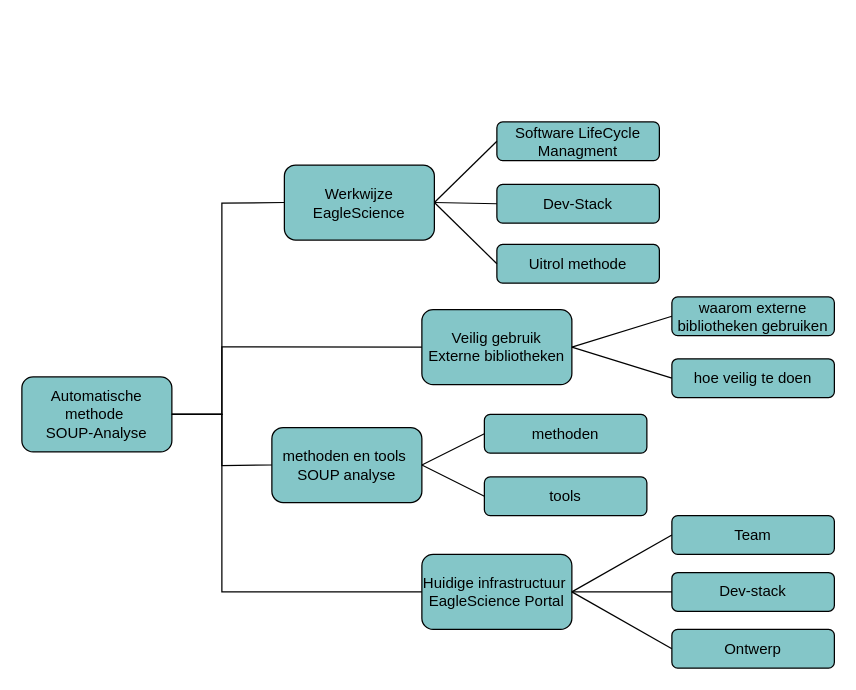
codefink2020/afstudeerverslag keeps this draw.io diagram as page "Conceptueel Model" (4 of 16) of gfx/verslag graphix.drawio. Above is the earlier version. Source tidied: cells renumbered, new cells numbered last; positions are measured from the earlier drawing's top-left corner, leaving out a move shared by most shapes. Both pictures are drawn from the tidied source at 125%, with x=0, y=0 at pixel (21, 121).
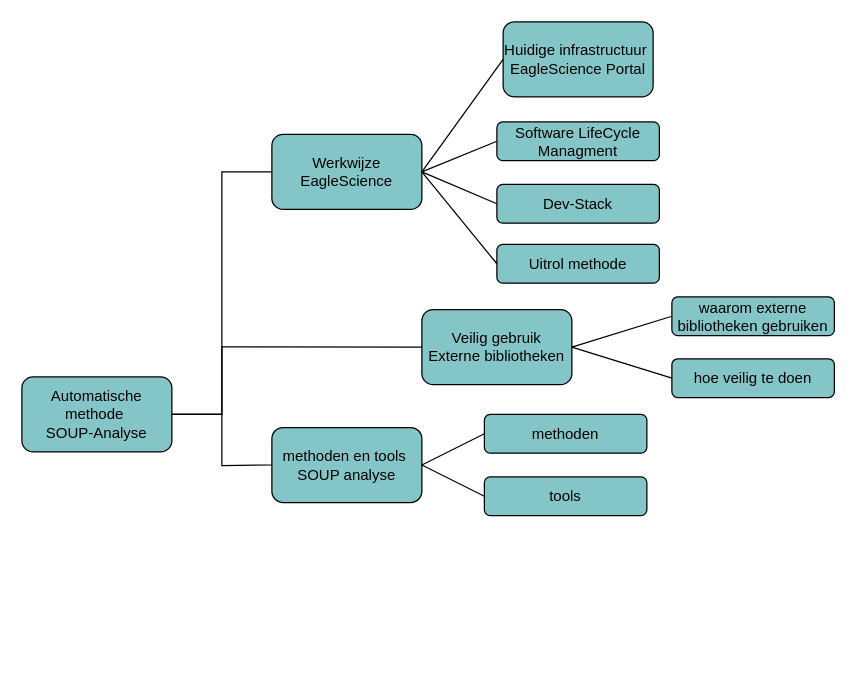
The same page after the edit.

Unchanged cells that the change refers to:
```xml
<mxCell id="2" value="Automatische methode&amp;nbsp;&lt;br&gt;SOUP-Analyse" style="rounded=1;whiteSpace=wrap;html=1;fillColor=#84C6C8;" parent="1" vertex="1">
  <mxGeometry y="204" width="120" height="60" as="geometry" />
</mxCell>
```

Diff of the diagram source:
```diff
@@
     <mxCell id="3" value="Werkwijze&lt;br&gt;EagleScience" style="rounded=1;whiteSpace=wrap;html=1;fillColor=#84C6C8;" parent="1" vertex="1">
-      <mxGeometry x="210" y="34.5" width="120" height="60" as="geometry" />
+      <mxGeometry x="200" y="10" width="120" height="60" as="geometry" />
     </mxCell>
@@
     <mxCell id="6" value="Huidige infrastructuur&amp;nbsp;&lt;br&gt;EagleScience Portal" style="rounded=1;whiteSpace=wrap;html=1;fillColor=#84C6C8;" parent="1" vertex="1">
-      <mxGeometry x="320" y="346" width="120" height="60" as="geometry" />
+      <mxGeometry x="385" y="-80" width="120" height="60" as="geometry" />
     </mxCell>
     <mxCell id="7" style="endArrow=none;html=1;rounded=0;exitX=1;exitY=0.5;exitDx=0;exitDy=0;entryX=0;entryY=0.5;entryDx=0;entryDy=0;" parent="1" edge="1" source="2" target="3">
       <mxGeometry relative="1" as="geometry">
         <Array as="points">
           <mxPoint x="160" y="234" />
-          <mxPoint x="160" y="65" />
+          <mxPoint x="160" y="40" />
         </Array>
       </mxGeometry>
     </mxCell>
@@
-    <mxCell id="10" style="endArrow=none;html=1;rounded=0;exitX=1;exitY=0.5;exitDx=0;exitDy=0;entryX=0;entryY=0.5;entryDx=0;entryDy=0;" parent="1" edge="1" source="2" target="6">
-      <mxGeometry relative="1" as="geometry">
-        <Array as="points">
-          <mxPoint x="160" y="234" />
-          <mxPoint x="160" y="376" />
-        </Array>
-      </mxGeometry>
-    </mxCell>
@@
-    <mxCell id="16" value="Team" style="rounded=1;whiteSpace=wrap;html=1;fillColor=#84C6C8;" parent="1" vertex="1">
-      <mxGeometry x="520" y="315" width="130" height="31" as="geometry" />
-    </mxCell>
-    <mxCell id="17" style="endArrow=none;html=1;rounded=0;exitX=1;exitY=0.5;exitDx=0;exitDy=0;entryX=0;entryY=0.5;entryDx=0;entryDy=0;" parent="1" edge="1" source="6" target="16">
-      <mxGeometry relative="1" as="geometry" />
-    </mxCell>
-    <mxCell id="18" value="Dev-stack" style="rounded=1;whiteSpace=wrap;html=1;fillColor=#84C6C8;" parent="1" vertex="1">
-      <mxGeometry x="520" y="360.5" width="130" height="31" as="geometry" />
-    </mxCell>
-    <mxCell id="19" style="endArrow=none;html=1;rounded=0;exitX=1;exitY=0.5;exitDx=0;exitDy=0;entryX=0;entryY=0.5;entryDx=0;entryDy=0;" parent="1" edge="1" source="6" target="18">
-      <mxGeometry relative="1" as="geometry" />
-    </mxCell>
-    <mxCell id="20" value="Ontwerp" style="rounded=1;whiteSpace=wrap;html=1;fillColor=#84C6C8;" parent="1" vertex="1">
-      <mxGeometry x="520" y="406" width="130" height="31" as="geometry" />
-    </mxCell>
-    <mxCell id="21" style="endArrow=none;html=1;rounded=0;exitX=1;exitY=0.5;exitDx=0;exitDy=0;entryX=0;entryY=0.5;entryDx=0;entryDy=0;" parent="1" edge="1" source="6" target="20">
-      <mxGeometry relative="1" as="geometry" />
-    </mxCell>
@@
+    <mxCell id="31" style="endArrow=none;html=1;rounded=0;exitX=1;exitY=0.5;exitDx=0;exitDy=0;entryX=0;entryY=0.5;entryDx=0;entryDy=0;" parent="1" edge="1" source="3" target="6">
+      <mxGeometry relative="1" as="geometry" />
+    </mxCell>
```
